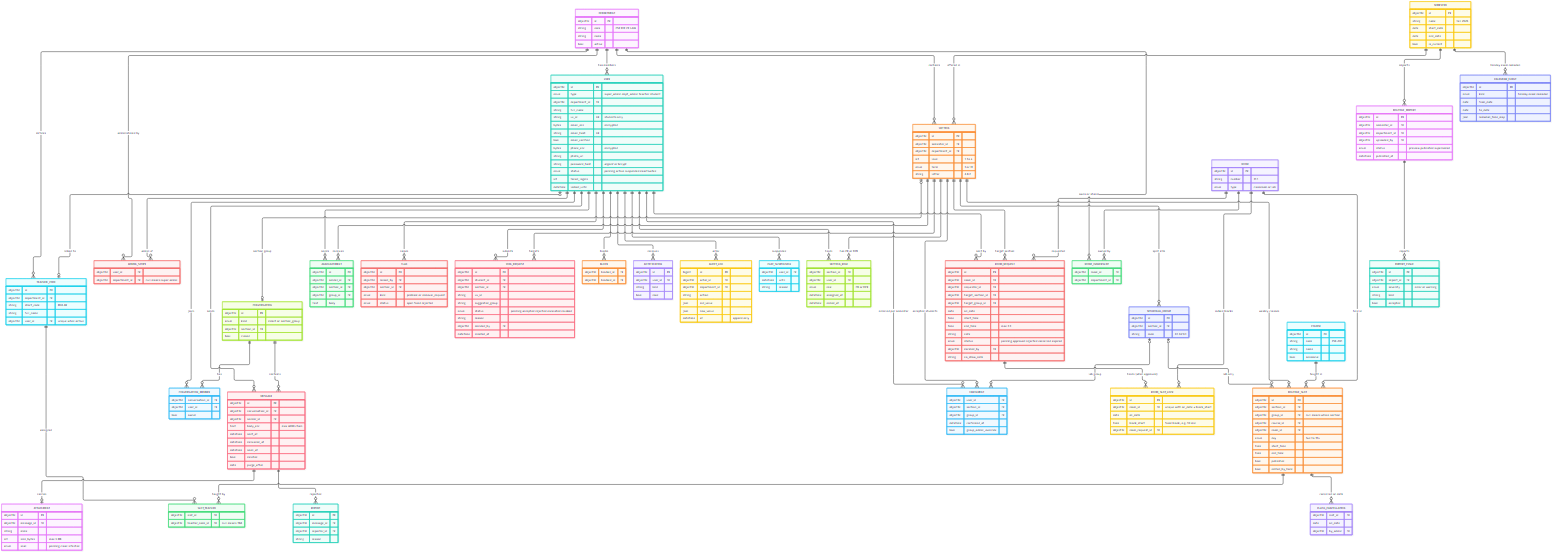
chinmoy567/Class-and-Routin-Management-Web-App keeps this Mermaid diagram as DOCUMENTS/png/05-er-diagram.png. Above is the earlier version. Its source is kept beside it as DOCUMENTS/src/05-er-diagram.mmd. Source of this version:
```mermaid
erDiagram
  DEPARTMENT ||--o{ USER : "has members"
  DEPARTMENT ||--o{ SECTION : contains
  DEPARTMENT ||--o{ TEACHER_CODE : defines
  DEPARTMENT ||--o{ ROOM_OWNERSHIP : "owns or shares"
  ROOM ||--o{ ROOM_OWNERSHIP : "owned by"
  USER |o--o| TEACHER_CODE : "linked to"
  USER ||--o{ ADMIN_SCOPE : "admin of"
  DEPARTMENT ||--o{ ADMIN_SCOPE : "administered by"
  SEMESTER ||--o{ SECTION : "offered in"
  SECTION ||--o{ SESSIONAL_GROUP : "split into"
  SECTION ||--o{ SECTION_ROLE : "has CR or DCR"
  USER ||--o{ SECTION_ROLE : holds
  SECTION ||--o{ ENROLMENT : "accepted students"
  USER ||--o{ ENROLMENT : "enrolled per semester"
  SESSIONAL_GROUP |o--o{ ENROLMENT : "lab group"
  USER ||--o{ JOIN_REQUEST : submits
  SECTION ||--o{ JOIN_REQUEST : targets
  SEMESTER ||--o{ ROUTINE_IMPORT : imports
  ROUTINE_IMPORT ||--o{ IMPORT_ISSUE : reports
  SECTION ||--o{ ROUTINE_SLOT : "weekly classes"
  SESSIONAL_GROUP |o--o{ ROUTINE_SLOT : "lab only"
  COURSE ||--o{ ROUTINE_SLOT : "taught in"
  ROOM ||--o{ ROUTINE_SLOT : "held in"
  ROUTINE_SLOT ||--o{ SLOT_TEACHER : "taught by"
  TEACHER_CODE ||--o{ SLOT_TEACHER : assigned
  ROUTINE_SLOT ||--o{ CLASS_CANCELLATION : "cancelled on date"
  ROOM ||--o{ ROOM_REQUEST : requested
  USER ||--o{ ROOM_REQUEST : "sent by"
  SECTION ||--o{ ROOM_REQUEST : "target section"
  ROOM ||--o{ ROOM_SLOT_LOCK : "locked blocks"
  ROOM_REQUEST ||--o{ ROOM_SLOT_LOCK : "holds (when approved)"
  SEMESTER ||--o{ CALENDAR_EVENT : "holiday exam ramadan"
  CONVERSATION ||--o{ CONVERSATION_MEMBER : has
  USER ||--o{ CONVERSATION_MEMBER : joins
  SECTION |o--o| CONVERSATION : "section group"
  CONVERSATION ||--o{ MESSAGE : contains
  USER ||--o{ MESSAGE : sends
  MESSAGE ||--o| ATTACHMENT : carries
  MESSAGE ||--o{ REPORT : reported
  USER ||--o{ BLOCK : blocks
  USER ||--o{ CHAT_SUSPENSION : suspended
  USER ||--o{ ANNOUNCEMENT : sends
  SECTION ||--o{ ANNOUNCEMENT : receives
  USER ||--o{ NOTIFICATION : receives
  USER ||--o{ FLAG : raises
  USER ||--o{ AUDIT_LOG : actor

  DEPARTMENT {
    objectId id PK
    string code "CSE EEE CE LAW"
    string name
    bool active
  }
  USER {
    objectId id PK
    enum type "super_admin dept_admin teacher student"
    objectId department_id FK
    string full_name
    string uv_id UK "students only"
    bytes email_enc "encrypted"
    string email_hash UK
    bool email_verified
    bytes phone_enc "encrypted"
    string photo_url
    string password_hash "argon2 or bcrypt"
    enum status "pending active suspended deactivated"
    int failed_logins
    datetime locked_until
  }
  ADMIN_SCOPE {
    objectId user_id FK
    objectId department_id FK "null means super admin"
  }
  TEACHER_CODE {
    objectId id PK
    objectId department_id FK
    string short_code "MYA AR"
    string full_name
    objectId user_id FK "unique when active"
  }
  SEMESTER {
    objectId id PK
    string name "Fall 2026"
    date start_date
    date end_date
    bool is_current
  }
  SECTION {
    objectId id PK
    objectId semester_id FK
    objectId department_id FK
    int level "1 to 4"
    enum term "I or II"
    string letter "A B C"
  }
  SESSIONAL_GROUP {
    objectId id PK
    objectId section_id FK
    string code "G1 G2 G3"
  }
  SECTION_ROLE {
    objectId section_id FK
    objectId user_id FK
    enum role "CR or DCR"
    datetime assigned_at
    datetime ended_at
  }
  ENROLMENT {
    objectId user_id FK
    objectId section_id FK
    objectId group_id FK
    datetime confirmed_at
    bool group_admin_override
  }
  JOIN_REQUEST {
    objectId id PK
    objectId student_id FK
    objectId section_id FK
    string uv_id
    string suggested_group
    enum status "pending accepted rejected escalated revoked"
    string reason
    objectId decided_by FK
    datetime created_at
  }
  COURSE {
    objectId id PK
    string code "CSE-301"
    string name
    bool sessional
  }
  ROOM {
    objectId id PK
    string number "311"
    enum type "classroom or lab"
  }
  ROOM_OWNERSHIP {
    objectId room_id FK
    objectId department_id FK
  }
  ROUTINE_IMPORT {
    objectId id PK
    objectId semester_id FK
    objectId department_id FK
    objectId uploaded_by FK
    enum status "preview published superseded"
    datetime published_at
  }
  IMPORT_ISSUE {
    objectId id PK
    objectId import_id FK
    enum severity "error or warning"
    string kind
    bool accepted
  }
  ROUTINE_SLOT {
    objectId id PK
    objectId section_id FK
    objectId group_id FK "null means whole section"
    objectId course_id FK
    objectId room_id FK
    enum day "Sun to Thu"
    time start_time
    time end_time
    bool published
    bool edited_by_hand
  }
  SLOT_TEACHER {
    objectId slot_id FK
    objectId teacher_code_id FK "null means TBA"
  }
  CLASS_CANCELLATION {
    objectId slot_id FK
    date on_date
    objectId by_admin FK
  }
  CALENDAR_EVENT {
    objectId id PK
    enum kind "holiday exam ramadan"
    date from_date
    date to_date
    json ramadan_time_map
  }
  ROOM_SLOT_LOCK {
    objectId id PK
    objectId room_id FK "unique with on_date + block_start"
    date on_date
    time block_start "fixed block, e.g. 10 min"
    objectId room_request_id FK
  }
  ROOM_REQUEST {
    objectId id PK
    objectId room_id FK
    objectId requester_id FK
    objectId target_section_id FK
    objectId target_group_id FK
    date on_date
    time start_time
    time end_time "max 3 h"
    string note
    enum status "pending approved rejected cancelled expired"
    objectId decided_by FK
    string no_show_note
  }
  CONVERSATION {
    objectId id PK
    enum kind "direct or section_group"
    objectId section_id FK
    bool closed
  }
  CONVERSATION_MEMBER {
    objectId conversation_id FK
    objectId user_id FK
    bool owner
  }
  MESSAGE {
    objectId id PK
    objectId conversation_id FK
    objectId sender_id FK
    text body_enc "max 4000 chars"
    datetime sent_at
    datetime delivered_at
    datetime seen_at
    bool deleted
    date purge_after
  }
  ATTACHMENT {
    objectId id PK
    objectId message_id FK
    string mime
    int size_bytes "max 5 MB"
    enum scan "pending clean infected"
  }
  REPORT {
    objectId id PK
    objectId message_id FK
    objectId reporter_id FK
    string reason
  }
  BLOCK {
    objectId blocker_id FK
    objectId blocked_id FK
  }
  CHAT_SUSPENSION {
    objectId user_id FK
    datetime until
    string reason
  }
  ANNOUNCEMENT {
    objectId id PK
    objectId sender_id FK
    objectId section_id FK
    objectId group_id FK
    text body
  }
  NOTIFICATION {
    objectId id PK
    objectId user_id FK
    string kind
    bool read
  }
  FLAG {
    objectId id PK
    objectId raised_by FK
    objectId section_id FK
    enum kind "problem or removal_request"
    enum status "open fixed rejected"
  }
  AUDIT_LOG {
    bigint id PK
    objectId actor_id FK
    objectId department_id FK
    string action
    json old_value
    json new_value
    datetime at "append only"
  }
```
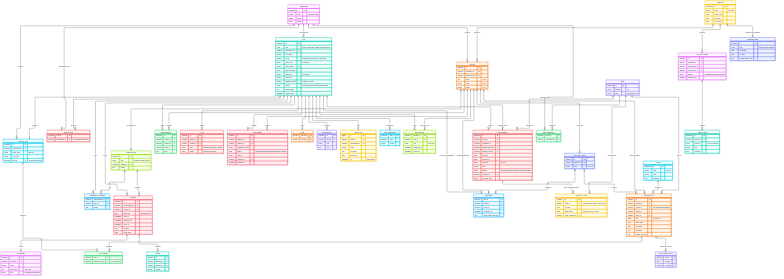
After the commit.

The edit, as a diff of the source:
```diff
@@ -57,7 +57,7 @@
     enum type "super_admin dept_admin teacher student"
     objectId department_id FK
     string full_name
-    string uv_id UK "students only"
+    string uv_id "students only, optional, not unique"
     bytes email_enc "encrypted"
     string email_hash UK
     bool email_verified
@@ -117,9 +117,8 @@
     objectId id PK
     objectId student_id FK
     objectId section_id FK
-    string uv_id
     string suggested_group
-    enum status "pending accepted rejected escalated revoked"
+    enum status "pending accepted rejected withdrawn revoked"
     string reason
     objectId decided_by FK
     datetime created_at
```
